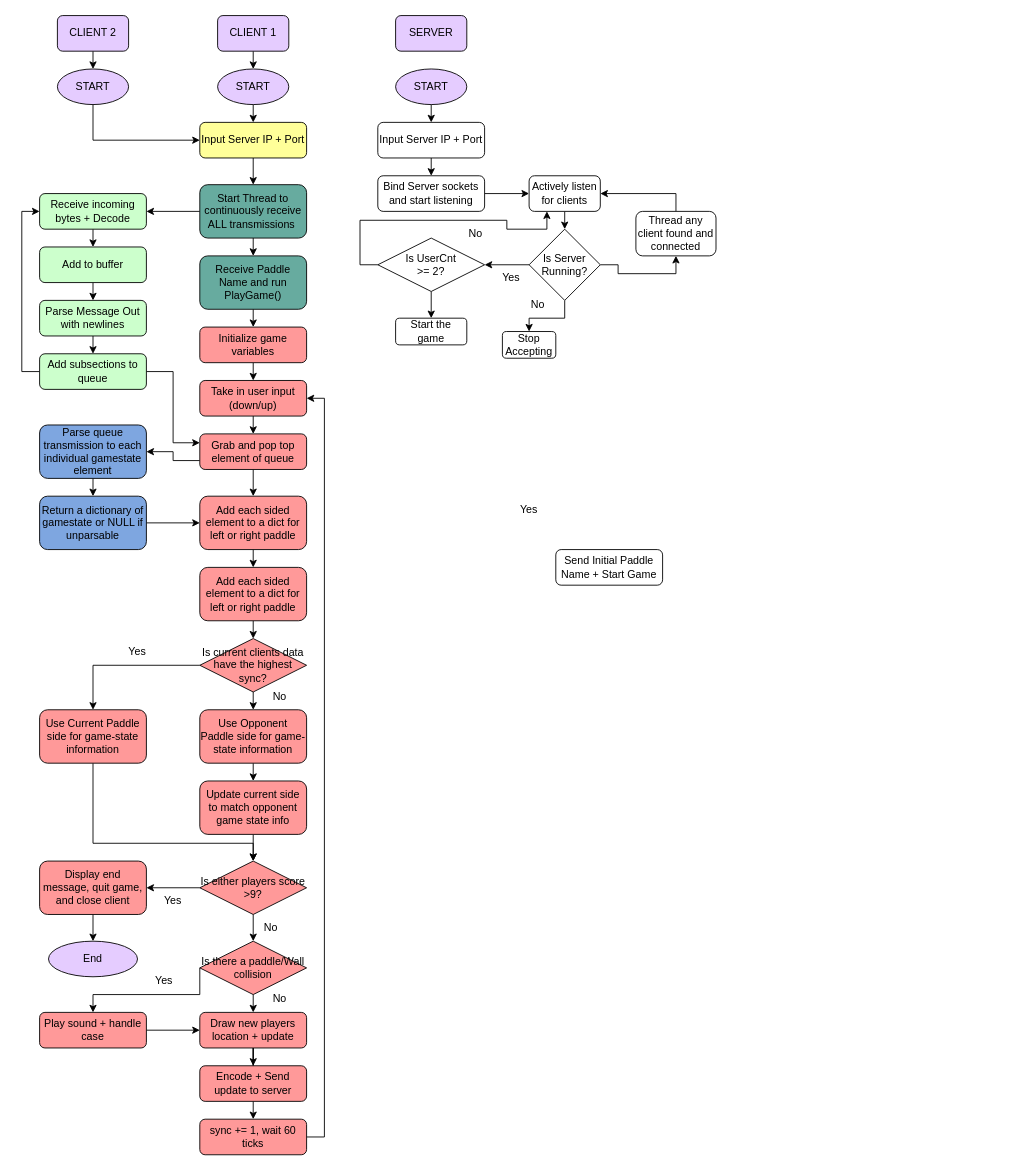
PixelatedLatte/CS371PongProject keeps this draw.io diagram as CS371_Project_Fall2025/CS371UMLDiagram.drawio. Above is the earlier version. Source tidied: cells renumbered, new cells numbered last; positions are measured from the earlier drawing's top-left corner, leaving out a move shared by most shapes. Both pictures are drawn from the tidied source at 89%, with x=0, y=0 at pixel (39, 15).
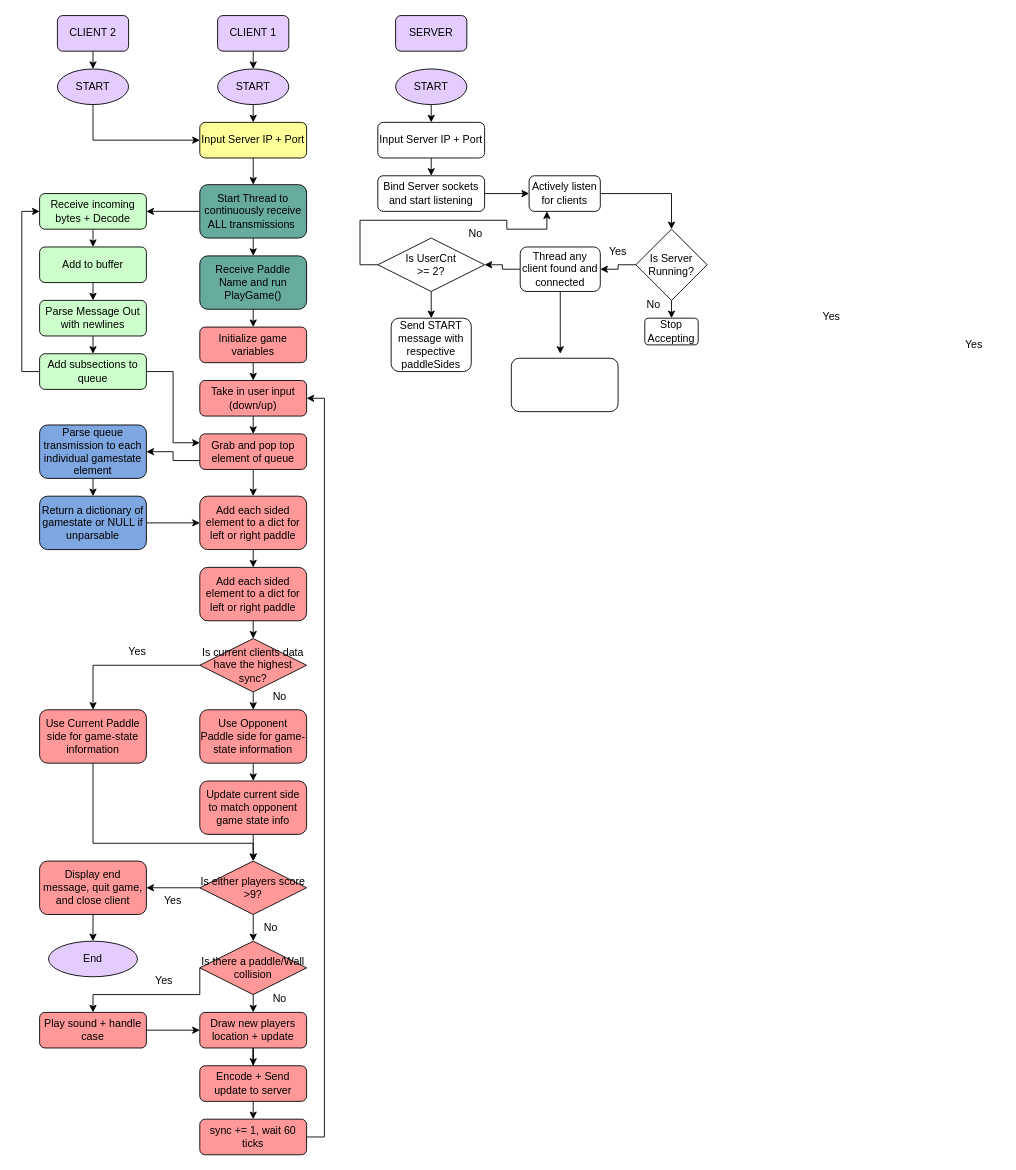
The same page after the edit.

Commit message:
Changes made to drawio file so I can pull.

Unchanged cells that the change refers to:
```xml
<mxCell id="19" value="Is UserCnt&lt;div&gt;&amp;gt;= 2?&lt;/div&gt;" style="rhombus;whiteSpace=wrap;html=1;" parent="1" vertex="1">
  <mxGeometry x="380" y="250" width="120" height="60" as="geometry" />
</mxCell>
<mxCell id="85" value="Actively listen for clients" style="rounded=1;whiteSpace=wrap;html=1;" parent="1" vertex="1">
  <mxGeometry x="550" y="180" width="80" height="40" as="geometry" />
</mxCell>
```

Change to the diagram source:
```diff
@@
-    <mxCell id="22" value="Send Initial Paddle Name + Start Game" style="rounded=1;whiteSpace=wrap;html=1;" parent="1" vertex="1">
-      <mxGeometry x="580" y="600" width="120" height="40" as="geometry" />
-    </mxCell>
@@
-    <mxCell id="84" style="edgeStyle=orthogonalEdgeStyle;rounded=0;jettySize=auto;html=1;exitX=0.5;exitY=1;exitDx=0;exitDy=0;entryX=0.5;entryY=0;entryDx=0;entryDy=0;" parent="1" edge="1" source="85" target="89">
+    <mxCell id="84" style="edgeStyle=orthogonalEdgeStyle;rounded=0;jettySize=auto;html=1;exitX=1;exitY=0.5;exitDx=0;exitDy=0;entryX=0.5;entryY=0;entryDx=0;entryDy=0;" parent="1" edge="1" source="85" target="89">
       <mxGeometry relative="1" as="geometry" />
     </mxCell>
@@
-    <mxCell id="87" style="edgeStyle=orthogonalEdgeStyle;rounded=0;jettySize=auto;html=1;exitX=0;exitY=0.5;exitDx=0;exitDy=0;entryX=1;entryY=0.5;entryDx=0;entryDy=0;" parent="1" edge="1" source="89" target="19">
-      <mxGeometry relative="1" as="geometry" />
-    </mxCell>
-    <mxCell id="88" style="edgeStyle=orthogonalEdgeStyle;rounded=0;jettySize=auto;html=1;exitX=1;exitY=0.5;exitDx=0;exitDy=0;entryX=0.5;entryY=1;entryDx=0;entryDy=0;" parent="1" edge="1" source="89" target="97">
+    <mxCell id="88" style="edgeStyle=orthogonalEdgeStyle;rounded=0;jettySize=auto;html=1;exitX=0;exitY=0.5;exitDx=0;exitDy=0;entryX=1;entryY=0.5;entryDx=0;entryDy=0;" parent="1" edge="1" source="89" target="97">
       <mxGeometry relative="1" as="geometry" />
     </mxCell>
     <mxCell id="89" value="Is Server Running?" style="rhombus;whiteSpace=wrap;html=1;" parent="1" vertex="1">
-      <mxGeometry x="550" y="240" width="80" height="80" as="geometry" />
+      <mxGeometry x="670" y="240" width="80" height="80" as="geometry" />
     </mxCell>
     <mxCell id="90" value="Stop Accepting" style="rounded=1;whiteSpace=wrap;html=1;" parent="1" vertex="1">
-      <mxGeometry x="520" y="355" width="60" height="30" as="geometry" />
+      <mxGeometry x="680" y="340" width="60" height="30" as="geometry" />
     </mxCell>
     <mxCell id="91" value="Yes" style="text;html=1;whiteSpace=wrap;strokeColor=none;fillColor=none;align=center;verticalAlign=middle;rounded=0;" parent="1" vertex="1">
-      <mxGeometry x="520" y="540" width="60" height="30" as="geometry" />
+      <mxGeometry x="1020" y="355" width="60" height="30" as="geometry" />
     </mxCell>
     <mxCell id="92" value="No" style="text;html=1;whiteSpace=wrap;strokeColor=none;fillColor=none;align=center;verticalAlign=middle;rounded=0;" parent="1" vertex="1">
-      <mxGeometry x="530" y="310" width="60" height="30" as="geometry" />
+      <mxGeometry x="660" y="310" width="60" height="30" as="geometry" />
     </mxCell>
     <mxCell id="93" value="Yes" style="text;html=1;whiteSpace=wrap;strokeColor=none;fillColor=none;align=center;verticalAlign=middle;rounded=0;" parent="1" vertex="1">
-      <mxGeometry x="500" y="280" width="60" height="30" as="geometry" />
+      <mxGeometry x="620" y="250" width="60" height="30" as="geometry" />
     </mxCell>
@@
-    <mxCell id="95" value="Start the game" style="rounded=1;whiteSpace=wrap;html=1;" parent="1" vertex="1">
-      <mxGeometry x="400" y="340" width="80" height="30" as="geometry" />
+    <mxCell id="95" value="Send START message with respective paddleSides" style="rounded=1;whiteSpace=wrap;html=1;" parent="1" vertex="1">
+      <mxGeometry x="395" y="340" width="90" height="60" as="geometry" />
     </mxCell>
-    <mxCell id="96" style="edgeStyle=orthogonalEdgeStyle;rounded=0;jettySize=auto;html=1;exitX=0.5;exitY=0;exitDx=0;exitDy=0;entryX=1;entryY=0.5;entryDx=0;entryDy=0;" parent="1" edge="1" source="97" target="85">
-      <mxGeometry relative="1" as="geometry" />
-    </mxCell>
+    <mxCell id="98" style="edgeStyle=orthogonalEdgeStyle;rounded=0;jettySize=auto;html=1;exitX=0;exitY=0.5;exitDx=0;exitDy=0;entryX=1;entryY=0.5;entryDx=0;entryDy=0;" parent="1" edge="1" source="97" target="19">
+      <mxGeometry relative="1" as="geometry" />
+    </mxCell>
+    <mxCell id="99" style="edgeStyle=orthogonalEdgeStyle;rounded=0;jettySize=auto;html=1;exitX=0.5;exitY=1;exitDx=0;exitDy=0;" parent="1" edge="1" source="97">
+      <mxGeometry relative="1" as="geometry">
+        <mxPoint x="585" y="380" as="targetPoint" />
+      </mxGeometry>
+    </mxCell>
     <mxCell id="97" value="Thread any client found and connected" style="rounded=1;whiteSpace=wrap;html=1;" parent="1" vertex="1">
-      <mxGeometry x="670" y="220" width="90" height="50" as="geometry" />
+      <mxGeometry x="540" y="260" width="90" height="50" as="geometry" />
     </mxCell>
+    <mxCell id="100" value="Yes&lt;div&gt;&lt;br&gt;&lt;/div&gt;" style="text;html=1;whiteSpace=wrap;strokeColor=none;fillColor=none;align=center;verticalAlign=middle;rounded=0;" parent="1" vertex="1">
+      <mxGeometry x="860" y="330" width="60" height="30" as="geometry" />
+    </mxCell>
+    <mxCell id="101" style="rounded=1;whiteSpace=wrap;html=1;" parent="1" vertex="1">
+      <mxGeometry x="530" y="385" width="120" height="60" as="geometry" />
+    </mxCell>
```
